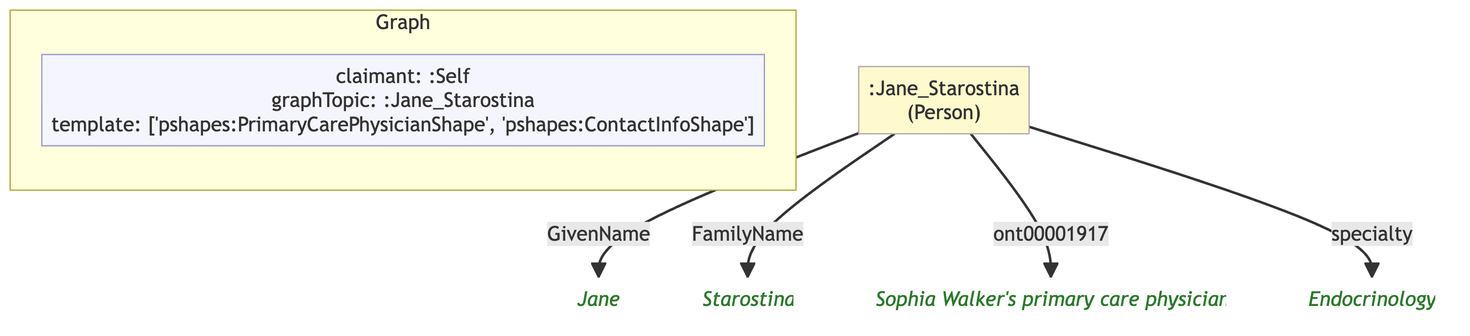
Above: example/graphs/images/graph-25.png in MeeFoundation/mia-ontologies (Mermaid), before the change. Its source is kept beside it as example/graphs/images/graph-25.mmd.
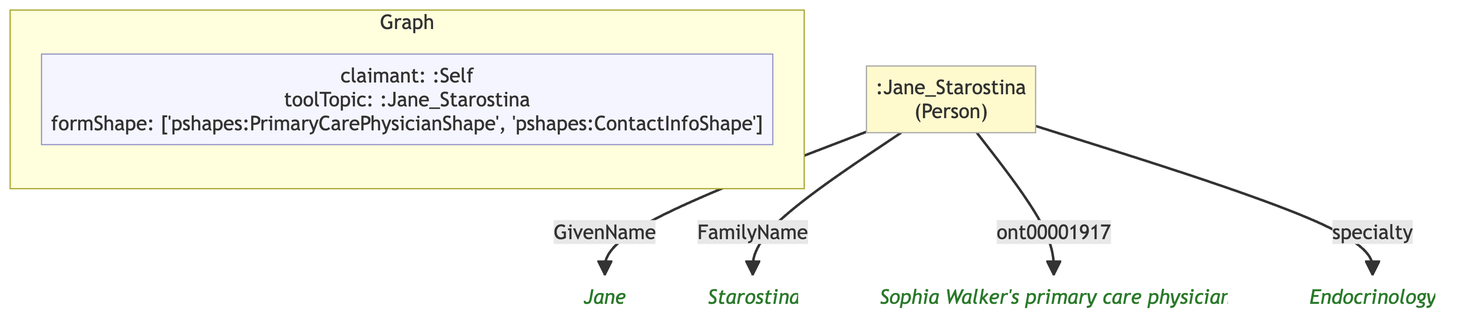
The same diagram one commit later.

Change to the diagram source:
```diff
@@ -7,16 +7,16 @@
 
     subgraph ctx["Graph"]
         direction LR
-        ctx_meta["claimant: :Self\ngraphTopic: :Jane_Starostina\ntemplate: ['pshapes:PrimaryCarePhysicianShape', 'pshapes:ContactInfoShape']"]:::meta
+        ctx_meta["claimant: :Self\ntoolTopic: :Jane_Starostina\nformShape: ['pshapes:PrimaryCarePhysicianShape', 'pshapes:ContactInfoShape']"]:::meta
     end
 
-    ncb7388e459f8[":Jane_Starostina\n(Person)"]:::person
-    ncca514416f73("Jane"):::lit
-    n1108a2f91206("Starostina"):::lit
-    nb8807e2e1330("Sophia Walker's primary care physician"):::lit
-    n3c7aa6d071dd("Endocrinology"):::lit
+    n4dbd21bb0803[":Jane_Starostina\n(Person)"]:::person
+    n2fbf38a9555d("Jane"):::lit
+    n0f6d520d18ea("Starostina"):::lit
+    n77643d4ebe38("Sophia Walker's primary care physician"):::lit
+    n08b4f32e6d48("Endocrinology"):::lit
 
-    ncb7388e459f8 -->|"GivenName"| ncca514416f73
-    ncb7388e459f8 -->|"FamilyName"| n1108a2f91206
-    ncb7388e459f8 -->|"ont00001917"| nb8807e2e1330
-    ncb7388e459f8 -->|"specialty"| n3c7aa6d071dd
+    n4dbd21bb0803 -->|"GivenName"| n2fbf38a9555d
+    n4dbd21bb0803 -->|"FamilyName"| n0f6d520d18ea
+    n4dbd21bb0803 -->|"ont00001917"| n77643d4ebe38
+    n4dbd21bb0803 -->|"specialty"| n08b4f32e6d48
```
